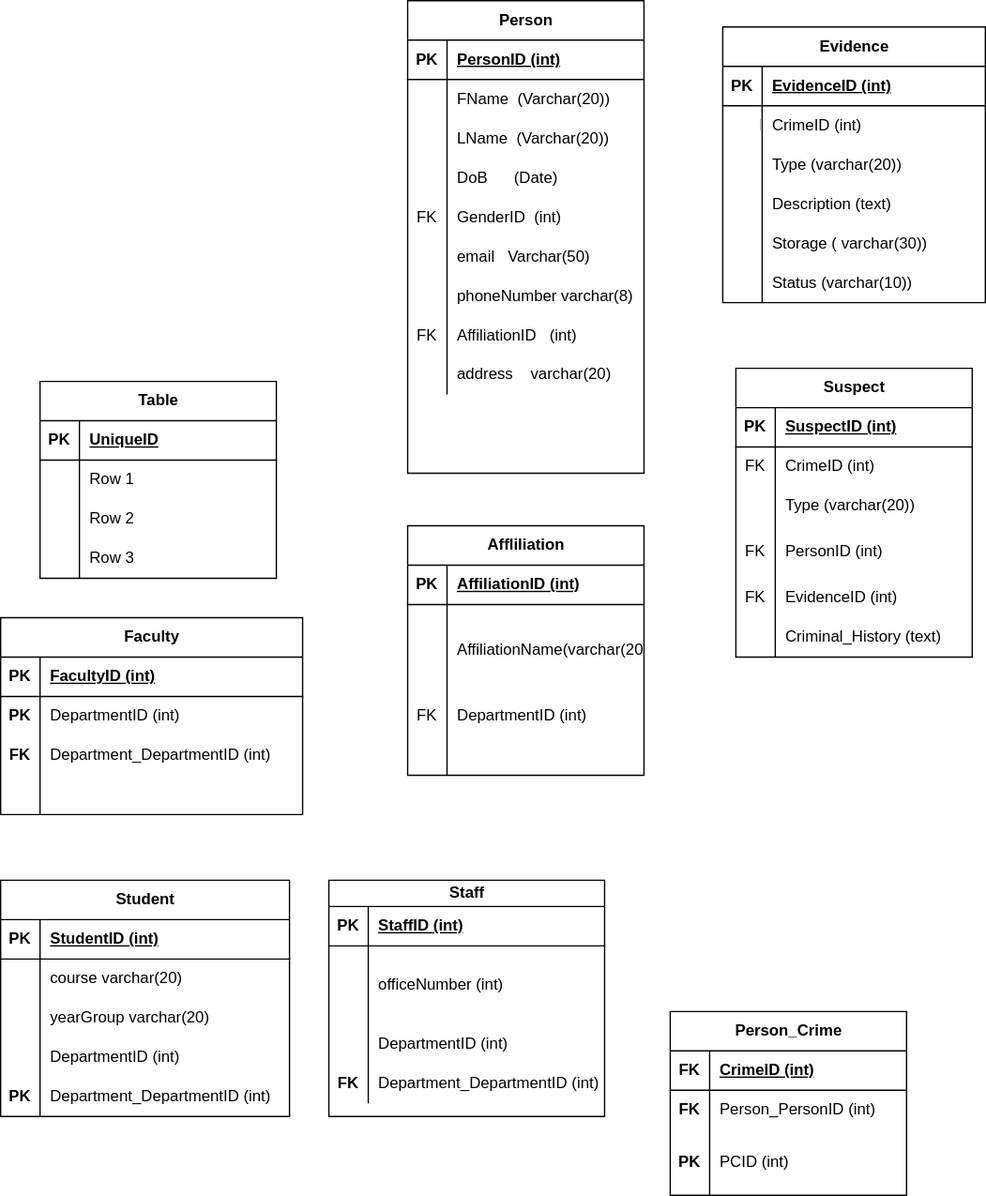
Above: Untitled Diagram.drawio.svg in Priscile2/Diagrams (draw.io), before the change. Source tidied: cells renumbered, new cells last; positions are measured from the earlier drawing's top-left corner, leaving out a move shared by most shapes.
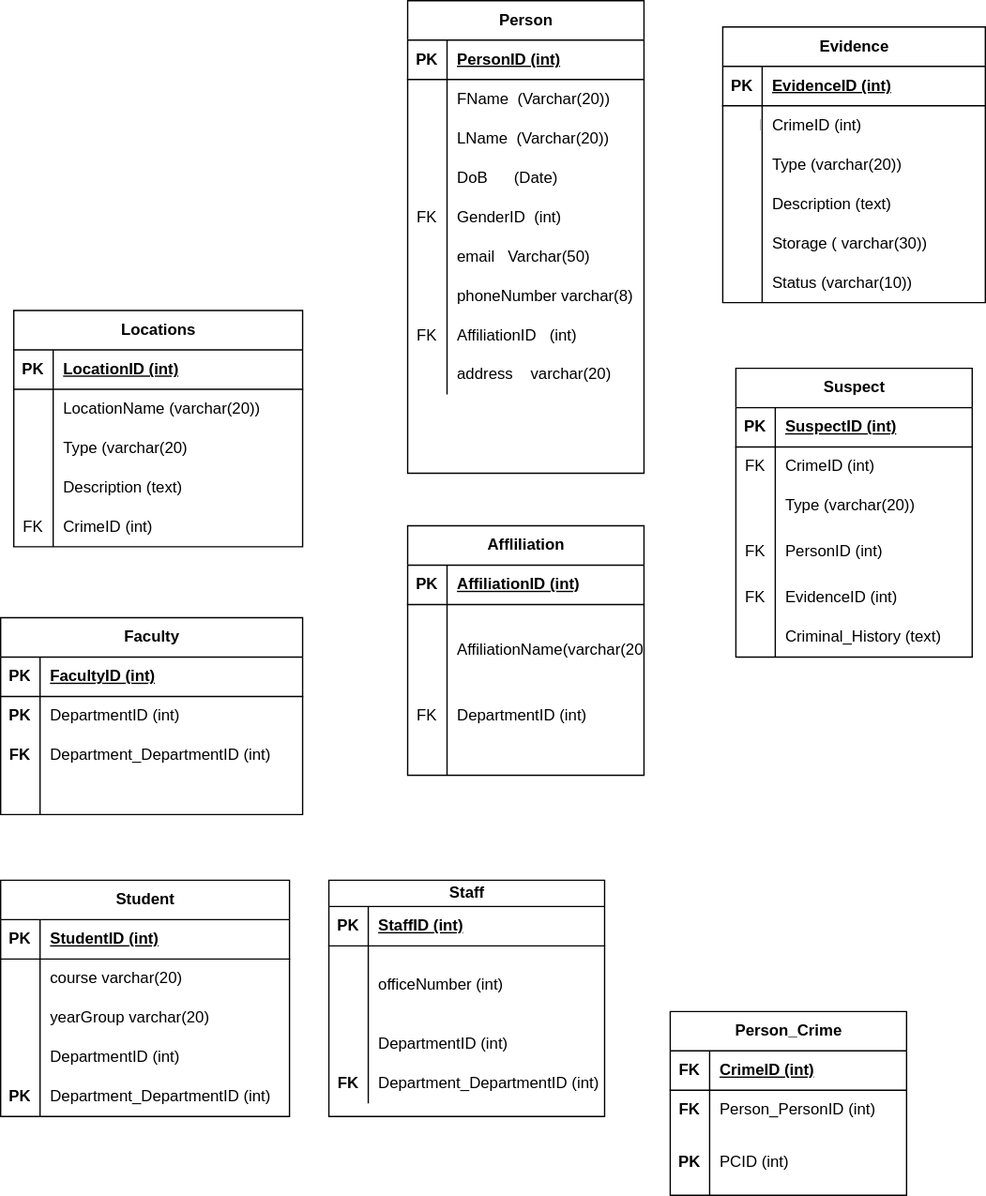
After the commit.

The edit, as a diff of the source:
```diff
@@ -125,45 +125,54 @@
     <mxCell id="42" style="shape=partialRectangle;fillColor=none;top=0;left=0;bottom=0;right=0;align=left;spacingLeft=6;overflow=hidden;whiteSpace=wrap;html=1;" parent="40" vertex="1">
       <mxGeometry x="30" width="150" height="30" as="geometry" />
     </mxCell>
-    <mxCell id="43" value="Table" style="shape=table;startSize=30;rowLines=0;fontStyle=1;align=center;html=1;" parent="1" vertex="1">
-      <mxGeometry x="30" y="290" width="180" height="150" as="geometry" />
+    <mxCell id="43" value="Locations" style="shape=table;startSize=30;rowLines=0;fontStyle=1;align=center;html=1;" parent="1" vertex="1">
+      <mxGeometry x="10" y="236" width="220" height="180" as="geometry" />
     </mxCell>
     <mxCell id="44" style="shape=tableRow;horizontal=0;startSize=0;swimlaneHead=0;swimlaneBody=0;fillColor=none;top=0;left=0;right=0;bottom=1;" parent="43" vertex="1">
-      <mxGeometry y="30" width="180" height="30" as="geometry" />
+      <mxGeometry y="30" width="220" height="30" as="geometry" />
     </mxCell>
     <mxCell id="45" value="PK" style="shape=partialRectangle;fillColor=none;top=0;left=0;bottom=0;right=0;fontStyle=1;overflow=hidden;whiteSpace=wrap;html=1;" parent="44" vertex="1">
       <mxGeometry width="30" height="30" as="geometry" />
     </mxCell>
-    <mxCell id="46" value="UniqueID" style="shape=partialRectangle;fillColor=none;top=0;left=0;bottom=0;right=0;align=left;spacingLeft=6;fontStyle=5;overflow=hidden;whiteSpace=wrap;html=1;" parent="44" vertex="1">
-      <mxGeometry x="30" width="150" height="30" as="geometry" />
+    <mxCell id="46" value="LocationID (int)" style="shape=partialRectangle;fillColor=none;top=0;left=0;bottom=0;right=0;align=left;spacingLeft=6;fontStyle=5;overflow=hidden;whiteSpace=wrap;html=1;" parent="44" vertex="1">
+      <mxGeometry x="30" width="190" height="30" as="geometry" />
     </mxCell>
     <mxCell id="47" style="shape=tableRow;horizontal=0;startSize=0;swimlaneHead=0;swimlaneBody=0;fillColor=none;top=0;left=0;right=0;bottom=0;" parent="43" vertex="1">
-      <mxGeometry y="60" width="180" height="30" as="geometry" />
+      <mxGeometry y="60" width="220" height="30" as="geometry" />
     </mxCell>
     <mxCell id="48" style="shape=partialRectangle;fillColor=none;top=0;left=0;bottom=0;right=0;overflow=hidden;whiteSpace=wrap;html=1;" parent="47" vertex="1">
       <mxGeometry width="30" height="30" as="geometry" />
     </mxCell>
-    <mxCell id="49" value="Row 1" style="shape=partialRectangle;fillColor=none;top=0;left=0;bottom=0;right=0;align=left;spacingLeft=6;overflow=hidden;whiteSpace=wrap;html=1;" parent="47" vertex="1">
-      <mxGeometry x="30" width="150" height="30" as="geometry" />
+    <mxCell id="49" value="LocationName (varchar(20))" style="shape=partialRectangle;fillColor=none;top=0;left=0;bottom=0;right=0;align=left;spacingLeft=6;overflow=hidden;whiteSpace=wrap;html=1;" parent="47" vertex="1">
+      <mxGeometry x="30" width="190" height="30" as="geometry" />
     </mxCell>
     <mxCell id="50" style="shape=tableRow;horizontal=0;startSize=0;swimlaneHead=0;swimlaneBody=0;fillColor=none;top=0;left=0;right=0;bottom=0;" parent="43" vertex="1">
-      <mxGeometry y="90" width="180" height="30" as="geometry" />
+      <mxGeometry y="90" width="220" height="30" as="geometry" />
     </mxCell>
     <mxCell id="51" style="shape=partialRectangle;fillColor=none;top=0;left=0;bottom=0;right=0;overflow=hidden;whiteSpace=wrap;html=1;" parent="50" vertex="1">
       <mxGeometry width="30" height="30" as="geometry" />
     </mxCell>
-    <mxCell id="52" value="Row 2" style="shape=partialRectangle;fillColor=none;top=0;left=0;bottom=0;right=0;align=left;spacingLeft=6;overflow=hidden;whiteSpace=wrap;html=1;" parent="50" vertex="1">
-      <mxGeometry x="30" width="150" height="30" as="geometry" />
+    <mxCell id="52" value="Type (varchar(20)" style="shape=partialRectangle;fillColor=none;top=0;left=0;bottom=0;right=0;align=left;spacingLeft=6;overflow=hidden;whiteSpace=wrap;html=1;" parent="50" vertex="1">
+      <mxGeometry x="30" width="190" height="30" as="geometry" />
     </mxCell>
     <mxCell id="53" style="shape=tableRow;horizontal=0;startSize=0;swimlaneHead=0;swimlaneBody=0;fillColor=none;top=0;left=0;right=0;bottom=0;" parent="43" vertex="1">
-      <mxGeometry y="120" width="180" height="30" as="geometry" />
+      <mxGeometry y="120" width="220" height="30" as="geometry" />
     </mxCell>
     <mxCell id="54" style="shape=partialRectangle;fillColor=none;top=0;left=0;bottom=0;right=0;overflow=hidden;whiteSpace=wrap;html=1;" parent="53" vertex="1">
       <mxGeometry width="30" height="30" as="geometry" />
     </mxCell>
-    <mxCell id="55" value="Row 3" style="shape=partialRectangle;fillColor=none;top=0;left=0;bottom=0;right=0;align=left;spacingLeft=6;overflow=hidden;whiteSpace=wrap;html=1;" parent="53" vertex="1">
-      <mxGeometry x="30" width="150" height="30" as="geometry" />
+    <mxCell id="55" value="Description (text)" style="shape=partialRectangle;fillColor=none;top=0;left=0;bottom=0;right=0;align=left;spacingLeft=6;overflow=hidden;whiteSpace=wrap;html=1;" parent="53" vertex="1">
+      <mxGeometry x="30" width="190" height="30" as="geometry" />
     </mxCell>
+    <mxCell id="146" style="shape=tableRow;horizontal=0;startSize=0;swimlaneHead=0;swimlaneBody=0;fillColor=none;top=0;left=0;right=0;bottom=0;" parent="43" vertex="1">
+      <mxGeometry y="150" width="220" height="30" as="geometry" />
+    </mxCell>
+    <mxCell id="147" value="FK" style="shape=partialRectangle;fillColor=none;top=0;left=0;bottom=0;right=0;overflow=hidden;whiteSpace=wrap;html=1;" parent="146" vertex="1">
+      <mxGeometry width="30" height="30" as="geometry" />
+    </mxCell>
+    <mxCell id="148" value="CrimeID (int)" style="shape=partialRectangle;fillColor=none;top=0;left=0;bottom=0;right=0;align=left;spacingLeft=6;overflow=hidden;whiteSpace=wrap;html=1;" parent="146" vertex="1">
+      <mxGeometry x="30" width="190" height="30" as="geometry" />
+    </mxCell>
     <mxCell id="56" value="Evidence" style="shape=table;startSize=30;rowLines=0;fontStyle=1;align=center;html=1;" parent="1" vertex="1">
       <mxGeometry x="550" y="20" width="200" height="210" as="geometry" />
     </mxCell>
```
